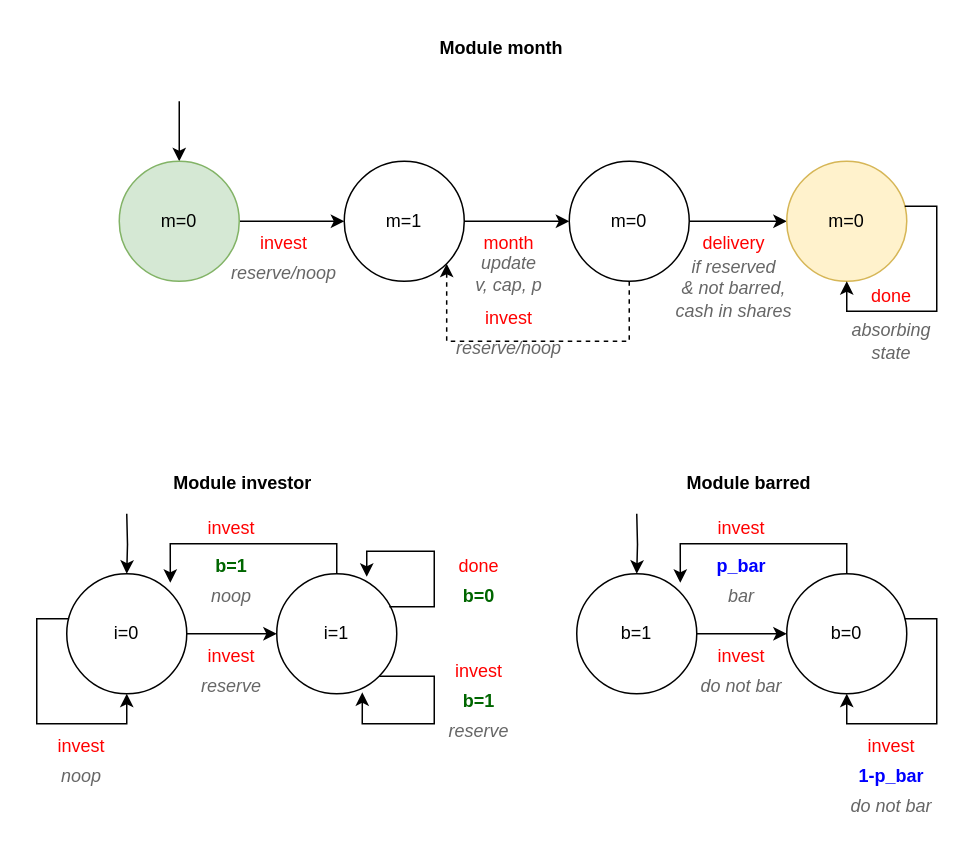
Zenchiyu/advanced-formal-tools keeps this draw.io diagram as presentations/presentation_3/PRISM_model_pres2.drawio. Above is the earlier version. Source tidied: cells renumbered, new cells numbered last; positions are measured from the earlier drawing's top-left corner, leaving out a move shared by most shapes. Both pictures are drawn from the tidied source at 150%, with x=0, y=0 at pixel (36, 26).
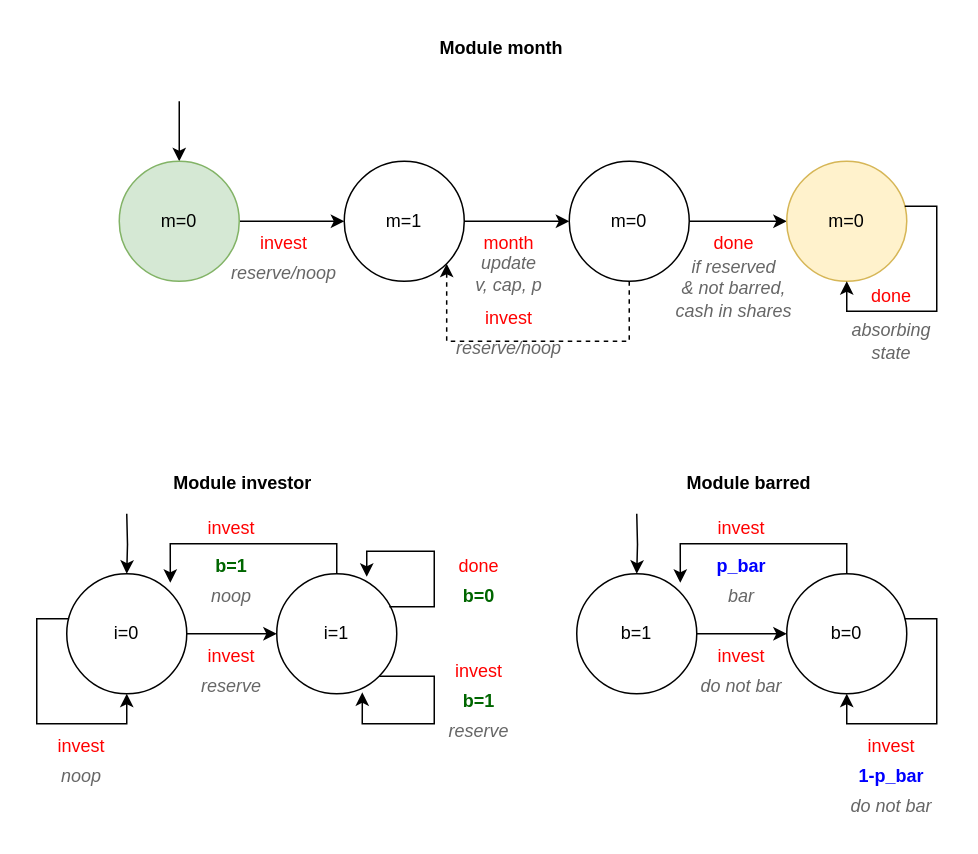
The same page after the edit.

Change to the diagram source:
```diff
@@
-    <mxCell id="12" value="&lt;font color=&quot;#ff0000&quot;&gt;delivery&lt;/font&gt;" style="text;html=1;strokeColor=none;fillColor=none;align=center;verticalAlign=middle;whiteSpace=wrap;rounded=0;" parent="1" vertex="1">
+    <mxCell id="12" value="&lt;font color=&quot;#ff0000&quot;&gt;done&lt;/font&gt;" style="text;html=1;strokeColor=none;fillColor=none;align=center;verticalAlign=middle;whiteSpace=wrap;rounded=0;" parent="1" vertex="1">
       <mxGeometry x="435" y="130" width="60" height="30" as="geometry" />
     </mxCell>
```
